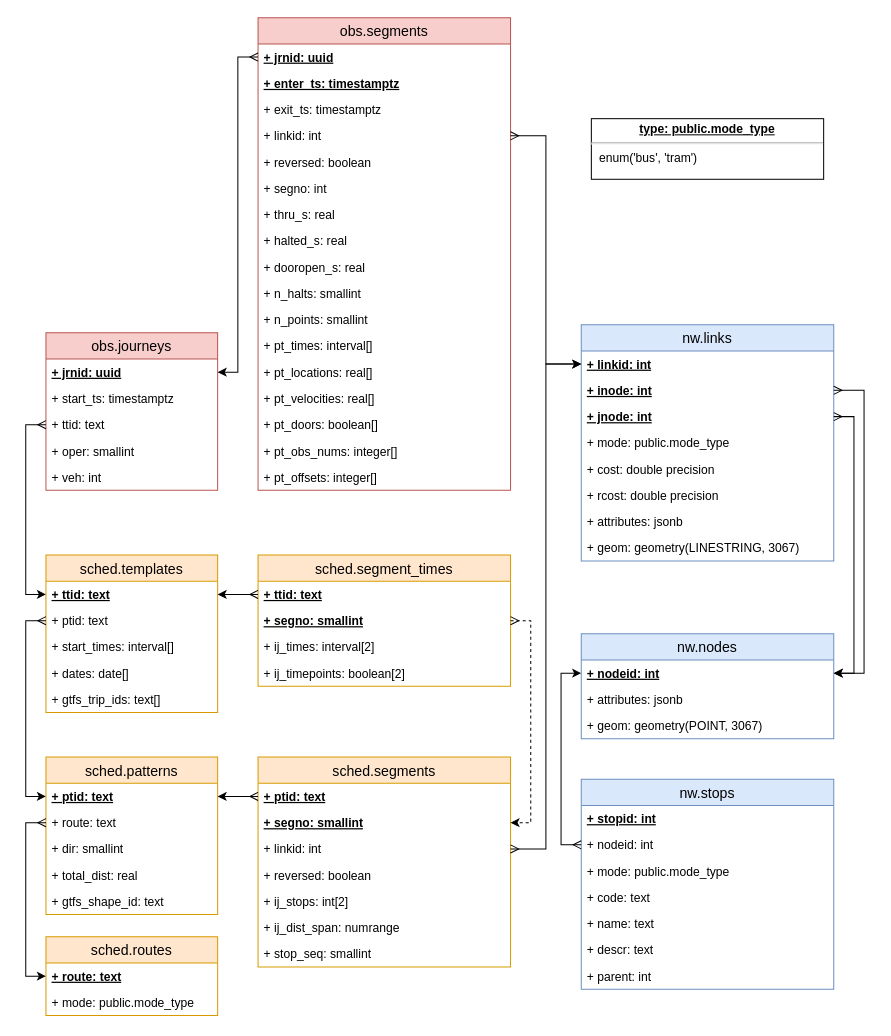
Above: page "production" (1 of 5) of docs/sujuikoDB.drawio in datarttu/sujuikoDB (draw.io), before the change. Source tidied: cells renumbered, new cells numbered last; positions are measured from the earlier drawing's top-left corner, leaving out a move shared by most shapes. Both pictures are drawn from the tidied source at 101%, with x=0, y=0 at pixel (25, 17).
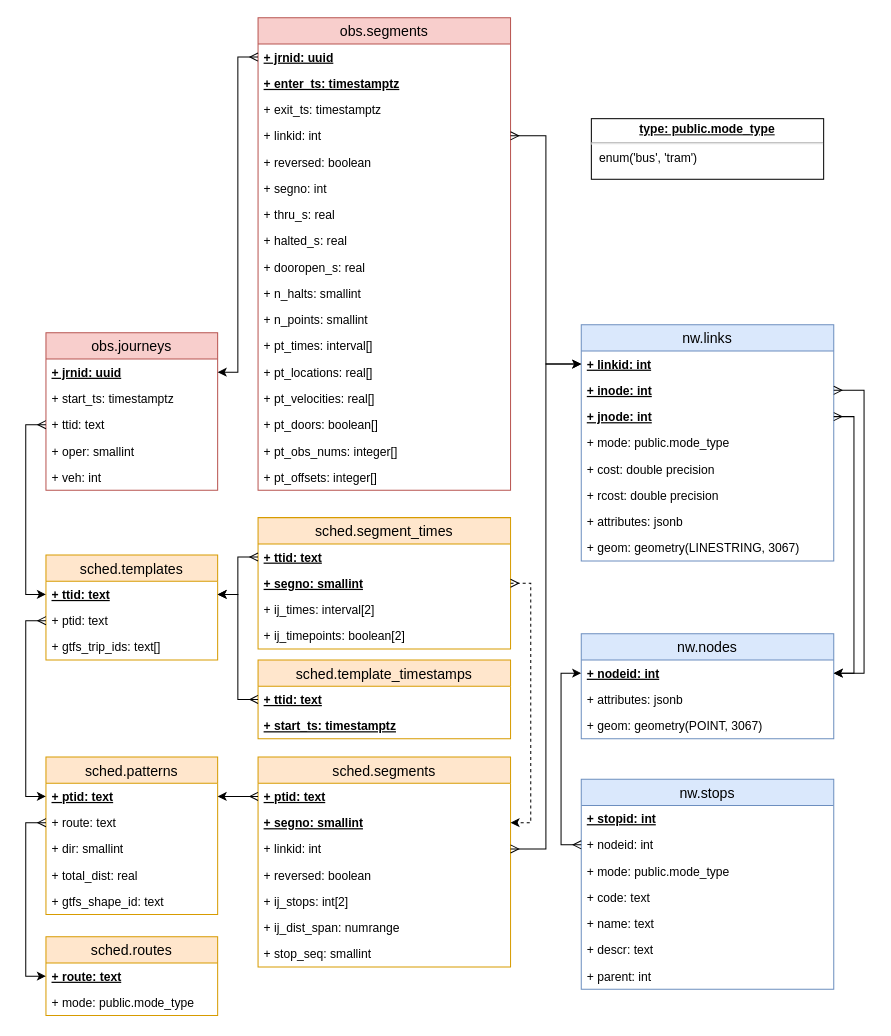
The same page after the edit.

Unchanged cells that the change refers to:
```xml
<mxCell id="72" value="+ ttid: text" style="text;strokeColor=none;fillColor=none;spacingLeft=4;spacingRight=4;overflow=hidden;points=[[0,0.5],[1,0.5]];portConstraint=eastwest;fontSize=12;fontStyle=5;" parent="71" vertex="1">
  <mxGeometry y="26" width="170" height="26" as="geometry" />
</mxCell>
```

Change to the diagram source:
```diff
@@
     <mxCell id="71" value="sched.templates" style="swimlane;fontStyle=0;horizontal=1;startSize=26;fillColor=#ffe6cc;swimlaneFillColor=#ffffff;align=center;fontSize=14;strokeColor=#d79b00;" parent="1" vertex="1">
-      <mxGeometry x="20" y="532" width="170" height="156" as="geometry" />
+      <mxGeometry x="20" y="532" width="170" height="104" as="geometry" />
     </mxCell>
@@
-    <mxCell id="74" value="+ start_times: interval[]" style="text;strokeColor=none;fillColor=none;spacingLeft=4;spacingRight=4;overflow=hidden;fontSize=12;" parent="71" vertex="1">
-      <mxGeometry y="78" width="170" height="26" as="geometry" />
-    </mxCell>
-    <mxCell id="75" value="+ dates: date[]" style="text;strokeColor=none;fillColor=none;spacingLeft=4;spacingRight=4;overflow=hidden;fontSize=12;" parent="71" vertex="1">
-      <mxGeometry y="104" width="170" height="26" as="geometry" />
-    </mxCell>
     <mxCell id="76" value="+ gtfs_trip_ids: text[]" style="text;strokeColor=none;fillColor=none;spacingLeft=4;spacingRight=4;overflow=hidden;fontSize=12;" parent="71" vertex="1">
-      <mxGeometry y="130" width="170" height="26" as="geometry" />
+      <mxGeometry y="78" width="170" height="26" as="geometry" />
     </mxCell>
     <mxCell id="77" value="sched.segment_times" style="swimlane;fontStyle=0;horizontal=1;startSize=26;fillColor=#ffe6cc;swimlaneFillColor=#ffffff;align=center;fontSize=14;strokeColor=#d79b00;" parent="1" vertex="1">
-      <mxGeometry x="230" y="532" width="250" height="130" as="geometry" />
+      <mxGeometry x="230" y="495" width="250" height="130" as="geometry" />
     </mxCell>
@@
+    <mxCell id="88" value="sched.template_timestamps" style="swimlane;fontStyle=0;horizontal=1;startSize=26;fillColor=#ffe6cc;swimlaneFillColor=#ffffff;align=center;fontSize=14;strokeColor=#d79b00;" parent="1" vertex="1">
+      <mxGeometry x="230" y="636" width="250" height="78" as="geometry" />
+    </mxCell>
+    <mxCell id="89" value="+ ttid: text" style="text;strokeColor=none;fillColor=none;spacingLeft=4;spacingRight=4;overflow=hidden;points=[[0,0.5],[1,0.5]];portConstraint=eastwest;fontSize=12;fontStyle=5;" parent="88" vertex="1">
+      <mxGeometry y="26" width="250" height="26" as="geometry" />
+    </mxCell>
+    <mxCell id="90" value="+ start_ts: timestamptz" style="text;strokeColor=none;fillColor=none;spacingLeft=4;spacingRight=4;overflow=hidden;fontSize=12;fontStyle=5;" parent="88" vertex="1">
+      <mxGeometry y="52" width="250" height="26" as="geometry" />
+    </mxCell>
+    <mxCell id="91" style="edgeStyle=orthogonalEdgeStyle;rounded=0;jettySize=auto;html=1;exitX=0;exitY=0.5;exitDx=0;exitDy=0;entryX=1;entryY=0.5;entryDx=0;entryDy=0;startArrow=ERmany;startFill=0;" parent="1" edge="1" source="89" target="72">
+      <mxGeometry relative="1" as="geometry" />
+    </mxCell>
```
